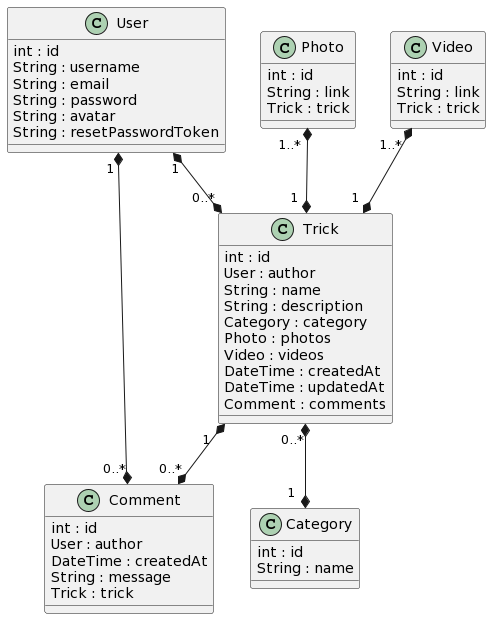
Earlier version of the PlantUML export uml/Diagramme de classe/Diagramme de classe.png (NassimTaoussi/SnowTricks). The source it was exported from:
```plantuml
@startuml
User "1 " *--* "0..*" Comment

Photo "1..* " *--* "  1  " Trick

Video "1..* " *--* "  1  " Trick

User "1" *--* "0..*" Trick

Trick "0..*" *--* "  1  " Category

Trick "  1  " *--* "0..*" Comment

Class User {
  int : id
  String : username
  String : email
  String : password
  String : avatar
  String : resetPasswordToken
}

Class Trick {
  int : id
  User : author
  String : name
  String : description
  Category : category
  Photo : photos
  Video : videos
  DateTime : createdAt
  DateTime : updatedAt
  Comment : comments
}

Class Photo {
  int : id
  String : link
  Trick : trick
}

Class Video {
  int : id
  String : link
  Trick : trick
}

Class Category {
  int : id
  String : name
}

Class Comment {
  int : id
  User : author
  DateTime : createdAt
  String : message
  Trick : trick
}
@enduml
```
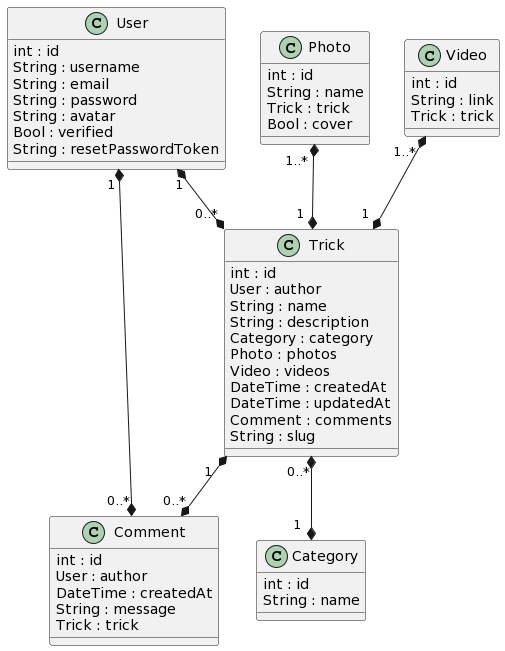
Later version of the same file.

Commit message:
ajout commentaires + correctif diagrammes de classes

The edit, as a diff of the source:
```diff
@@ -17,6 +17,7 @@
   String : email
   String : password
   String : avatar
+  Bool : verified
   String : resetPasswordToken
 }
 
@@ -31,12 +32,14 @@
   DateTime : createdAt
   DateTime : updatedAt
   Comment : comments
+  String : slug
 }
 
 Class Photo {
   int : id
-  String : link
+  String : name
   Trick : trick
+  Bool : cover
 }
 
 Class Video {
```
